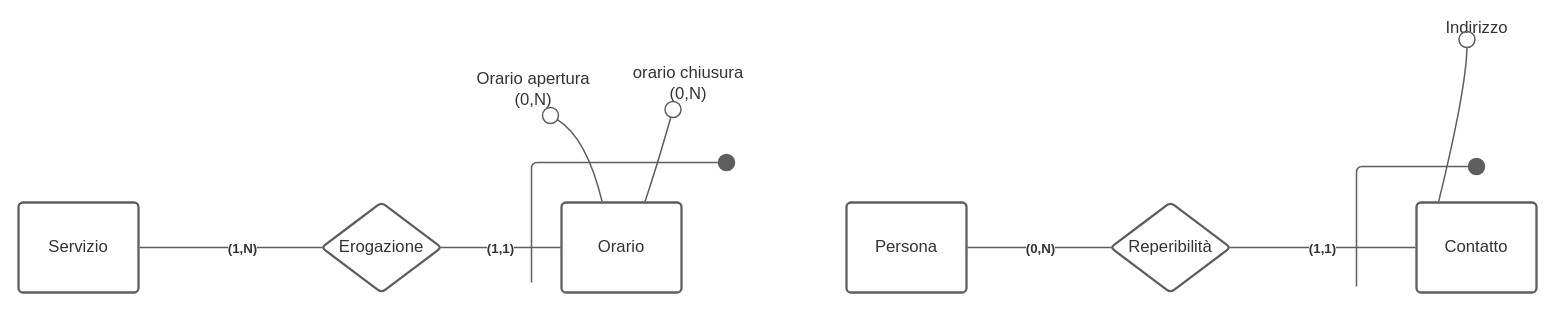
Earlier version of the draw.io diagram page "Attributi-multivalore" (3 of 3) of src_relazione_tex/Er.drawio (alessandro-massarenti/Progetto-basi-di-dati-2022). Source tidied: cells renumbered, new cells numbered last; positions are measured from the earlier drawing's top-left corner, leaving out a move shared by most shapes. Both pictures are drawn from the tidied source at 100%, with x=0, y=0 at pixel (18, 17).
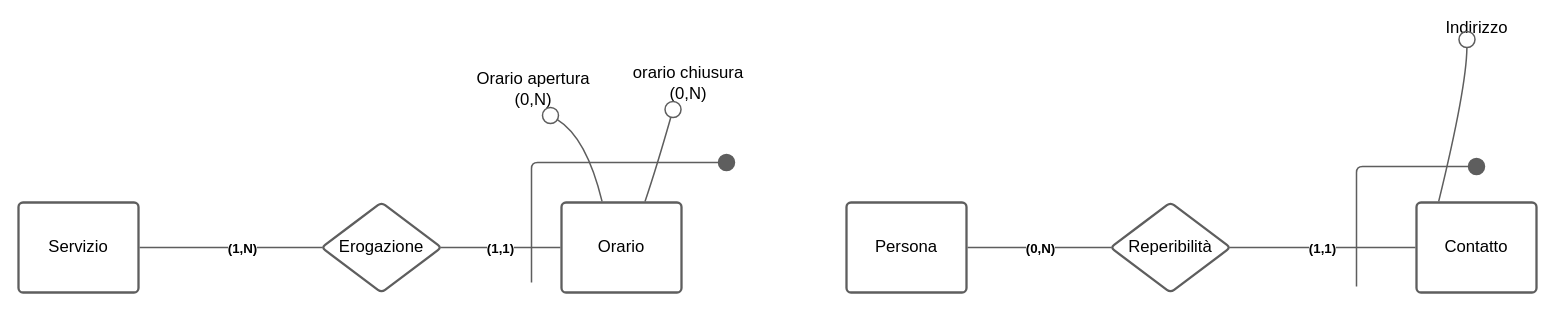
The same page after the edit.

The change refers to these unchanged cells:
```xml
<mxCell id="10" style="html=1;jettySize=18;whiteSpace=wrap;fontSize=13;strokeColor=#5E5E5E;strokeWidth=1.5;rounded=0;startArrow=none;endArrow=none;exitX=1.009;exitY=0.5;exitPerimeter=0;entryX=0.009;entryY=0.5;entryPerimeter=0;" parent="1" edge="1" source="5" target="9">
  <mxGeometry relative="1" as="geometry" />
</mxCell>
<mxCell id="21" style="html=1;jettySize=18;whiteSpace=wrap;fontSize=13;strokeColor=#5E5E5E;strokeWidth=1.5;rounded=0;startArrow=none;endArrow=none;exitX=0.991;exitY=0.5;exitPerimeter=0;entryX=-0.009;entryY=0.5;entryPerimeter=0;" parent="1" edge="1" source="16" target="17">
  <mxGeometry relative="1" as="geometry" />
</mxCell>
```

What changed in the source:
```diff
@@
-    <mxCell id="2" value="Indirizzo" style="html=1;overflow=block;blockSpacing=1;whiteSpace=wrap;fontSize=16.7;fontColor=#333333;spacing=0;fillColor=#ffffff;strokeWidth=1.5;strokeColor=none;" parent="1" vertex="1">
+    <mxCell id="2" value="Indirizzo" style="html=1;overflow=block;blockSpacing=1;whiteSpace=wrap;fontSize=16.7;fontColor=#000000;spacing=0;fillColor=#ffffff;strokeWidth=1.5;strokeColor=none;" parent="1" vertex="1">
       <mxGeometry x="1426.5" width="63" height="22" as="geometry" />
     </mxCell>
-    <mxCell id="3" value="Orario apertura&#10;(0,N)" style="html=1;overflow=block;blockSpacing=1;whiteSpace=wrap;fontSize=16.7;fontColor=#333333;spacing=0;fillColor=#ffffff;strokeWidth=1.5;strokeColor=none;" parent="1" vertex="1">
+    <mxCell id="3" value="Orario apertura&#10;(0,N)" style="html=1;overflow=block;blockSpacing=1;whiteSpace=wrap;fontSize=16.7;fontColor=#000000;spacing=0;fillColor=#ffffff;strokeWidth=1.5;strokeColor=none;" parent="1" vertex="1">
       <mxGeometry x="453" y="46" width="124" height="52" as="geometry" />
     </mxCell>
-    <mxCell id="4" value="orario chiusura&#10;(0,N)" style="html=1;overflow=block;blockSpacing=1;whiteSpace=wrap;fontSize=16.7;fontColor=#333333;spacing=0;fillColor=#ffffff;strokeWidth=1.5;strokeColor=none;" parent="1" vertex="1">
+    <mxCell id="4" value="orario chiusura&#10;(0,N)" style="html=1;overflow=block;blockSpacing=1;whiteSpace=wrap;fontSize=16.7;fontColor=#000000;spacing=0;fillColor=#ffffff;strokeWidth=1.5;strokeColor=none;" parent="1" vertex="1">
       <mxGeometry x="605" y="40" width="130" height="52" as="geometry" />
     </mxCell>
-    <mxCell id="5" value="Servizio" style="html=1;overflow=block;blockSpacing=1;whiteSpace=wrap;fontSize=16.7;fontColor=#333333;spacing=9;strokeColor=#5e5e5e;strokeOpacity=100;rounded=1;absoluteArcSize=1;arcSize=9;strokeWidth=2.3;" parent="1" vertex="1">
+    <mxCell id="5" value="Servizio" style="html=1;overflow=block;blockSpacing=1;whiteSpace=wrap;fontSize=16.7;fontColor=#000000;spacing=9;strokeColor=#5e5e5e;strokeOpacity=100;rounded=1;absoluteArcSize=1;arcSize=9;strokeWidth=2.3;" parent="1" vertex="1">
       <mxGeometry y="185" width="120" height="90" as="geometry" />
     </mxCell>
@@
-    <mxCell id="8" value="Orario" style="html=1;overflow=block;blockSpacing=1;whiteSpace=wrap;fontSize=16.7;fontColor=#333333;spacing=9;strokeColor=#5e5e5e;strokeOpacity=100;rounded=1;absoluteArcSize=1;arcSize=9;strokeWidth=2.3;" parent="1" vertex="1">
+    <mxCell id="8" value="Orario" style="html=1;overflow=block;blockSpacing=1;whiteSpace=wrap;fontSize=16.7;fontColor=#000000;spacing=9;strokeColor=#5e5e5e;strokeOpacity=100;rounded=1;absoluteArcSize=1;arcSize=9;strokeWidth=2.3;" parent="1" vertex="1">
       <mxGeometry x="543" y="185" width="120" height="90" as="geometry" />
     </mxCell>
-    <mxCell id="9" value="Erogazione" style="html=1;overflow=block;blockSpacing=1;whiteSpace=wrap;rhombus;fontSize=16.7;fontColor=#333333;spacing=3.8;strokeColor=#5e5e5e;strokeOpacity=100;rounded=1;absoluteArcSize=1;arcSize=9;strokeWidth=2.3;" parent="1" vertex="1">
+    <mxCell id="9" value="Erogazione" style="html=1;overflow=block;blockSpacing=1;whiteSpace=wrap;rhombus;fontSize=16.7;fontColor=#000000;spacing=3.8;strokeColor=#5e5e5e;strokeOpacity=100;rounded=1;absoluteArcSize=1;arcSize=9;strokeWidth=2.3;" parent="1" vertex="1">
       <mxGeometry x="303" y="185" width="120" height="90" as="geometry" />
     </mxCell>
@@
-    <mxCell id="11" value="(1,N)" style="text;html=1;labelBackgroundColor=default;align=center;verticalAlign=middle;fontStyle=1;fontColor=#333333;fontSize=13.3;" parent="10" vertex="1">
+    <mxCell id="11" value="(1,N)" style="text;html=1;labelBackgroundColor=default;align=center;verticalAlign=middle;fontStyle=1;fontColor=#000000;fontSize=13.3;" parent="10" vertex="1">
       <mxGeometry x="0.12" relative="1" as="geometry" />
     </mxCell>
-    <mxCell id="12" style="html=1;jettySize=18;whiteSpace=wrap;fontSize=13.3;fontColor=#333333;fontStyle=1;strokeColor=#5E5E5E;strokeWidth=1.5;rounded=0;startArrow=none;endArrow=none;exitX=0.991;exitY=0.5;exitPerimeter=0;entryX=-0.009;entryY=0.5;entryPerimeter=0;" parent="1" edge="1" source="9" target="8">
+    <mxCell id="12" style="html=1;jettySize=18;whiteSpace=wrap;fontSize=13.3;fontColor=#000000;fontStyle=1;strokeColor=#5E5E5E;strokeWidth=1.5;rounded=0;startArrow=none;endArrow=none;exitX=0.991;exitY=0.5;exitPerimeter=0;entryX=-0.009;entryY=0.5;entryPerimeter=0;" parent="1" edge="1" source="9" target="8">
       <mxGeometry relative="1" as="geometry" />
     </mxCell>
-    <mxCell id="13" value="(1,1)" style="text;html=1;labelBackgroundColor=default;align=center;verticalAlign=middle;fontStyle=1;fontColor=#333333;fontSize=13.3;" parent="12" vertex="1">
+    <mxCell id="13" value="(1,1)" style="text;html=1;labelBackgroundColor=default;align=center;verticalAlign=middle;fontStyle=1;fontColor=#000000;fontSize=13.3;" parent="12" vertex="1">
       <mxGeometry relative="1" as="geometry" />
     </mxCell>
@@
-    <mxCell id="15" value="Persona" style="html=1;overflow=block;blockSpacing=1;whiteSpace=wrap;fontSize=16.7;fontColor=#333333;spacing=9;strokeColor=#5e5e5e;strokeOpacity=100;rounded=1;absoluteArcSize=1;arcSize=9;strokeWidth=2.3;" parent="1" vertex="1">
+    <mxCell id="15" value="Persona" style="html=1;overflow=block;blockSpacing=1;whiteSpace=wrap;fontSize=16.7;fontColor=#000000;spacing=9;strokeColor=#5e5e5e;strokeOpacity=100;rounded=1;absoluteArcSize=1;arcSize=9;strokeWidth=2.3;" parent="1" vertex="1">
       <mxGeometry x="828" y="185" width="120" height="90" as="geometry" />
     </mxCell>
-    <mxCell id="16" value="Reperibilità" style="html=1;overflow=block;blockSpacing=1;whiteSpace=wrap;rhombus;fontSize=16.7;fontColor=#333333;spacing=3.8;strokeColor=#5e5e5e;strokeOpacity=100;rounded=1;absoluteArcSize=1;arcSize=9;strokeWidth=2.3;" parent="1" vertex="1">
+    <mxCell id="16" value="Reperibilità" style="html=1;overflow=block;blockSpacing=1;whiteSpace=wrap;rhombus;fontSize=16.7;fontColor=#000000;spacing=3.8;strokeColor=#5e5e5e;strokeOpacity=100;rounded=1;absoluteArcSize=1;arcSize=9;strokeWidth=2.3;" parent="1" vertex="1">
       <mxGeometry x="1092" y="185" width="120" height="90" as="geometry" />
     </mxCell>
-    <mxCell id="17" value="Contatto" style="html=1;overflow=block;blockSpacing=1;whiteSpace=wrap;fontSize=16.7;fontColor=#333333;spacing=9;strokeColor=#5e5e5e;strokeOpacity=100;rounded=1;absoluteArcSize=1;arcSize=9;strokeWidth=2.3;" parent="1" vertex="1">
+    <mxCell id="17" value="Contatto" style="html=1;overflow=block;blockSpacing=1;whiteSpace=wrap;fontSize=16.7;fontColor=#000000;spacing=9;strokeColor=#5e5e5e;strokeOpacity=100;rounded=1;absoluteArcSize=1;arcSize=9;strokeWidth=2.3;" parent="1" vertex="1">
       <mxGeometry x="1398" y="185" width="120" height="90" as="geometry" />
     </mxCell>
@@
-    <mxCell id="19" style="html=1;jettySize=18;whiteSpace=wrap;fontSize=13.3;fontColor=#333333;fontStyle=1;strokeColor=#5E5E5E;strokeWidth=1.5;rounded=0;startArrow=none;endArrow=none;exitX=0.009;exitY=0.5;exitPerimeter=0;entryX=1.009;entryY=0.5;entryPerimeter=0;" parent="1" edge="1" source="16" target="15">
+    <mxCell id="19" style="html=1;jettySize=18;whiteSpace=wrap;fontSize=13.3;fontColor=#000000;fontStyle=1;strokeColor=#5E5E5E;strokeWidth=1.5;rounded=0;startArrow=none;endArrow=none;exitX=0.009;exitY=0.5;exitPerimeter=0;entryX=1.009;entryY=0.5;entryPerimeter=0;" parent="1" edge="1" source="16" target="15">
       <mxGeometry relative="1" as="geometry" />
     </mxCell>
-    <mxCell id="20" value="(0,N)" style="text;html=1;labelBackgroundColor=default;align=center;verticalAlign=middle;fontStyle=1;fontColor=#333333;fontSize=13.3;" parent="19" vertex="1">
+    <mxCell id="20" value="(0,N)" style="text;html=1;labelBackgroundColor=default;align=center;verticalAlign=middle;fontStyle=1;fontColor=#000000;fontSize=13.3;" parent="19" vertex="1">
       <mxGeometry relative="1" as="geometry" />
     </mxCell>
@@
-    <mxCell id="22" value="(1,1)" style="text;html=1;labelBackgroundColor=default;align=center;verticalAlign=middle;fontStyle=1;fontColor=#333333;fontSize=13.3;" parent="21" vertex="1">
+    <mxCell id="22" value="(1,1)" style="text;html=1;labelBackgroundColor=default;align=center;verticalAlign=middle;fontStyle=1;fontColor=#000000;fontSize=13.3;" parent="21" vertex="1">
       <mxGeometry relative="1" as="geometry" />
     </mxCell>
```
